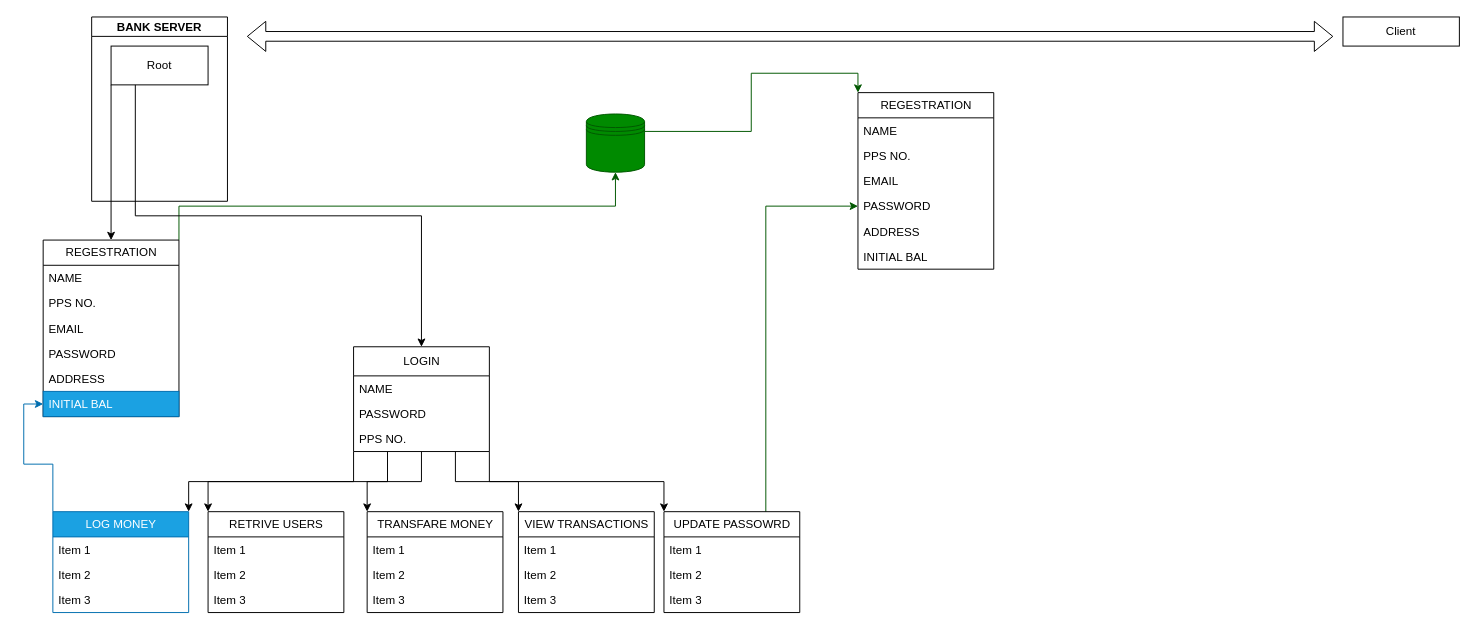
Earlier version of the draw.io diagram OperatingSystems.drawio (AaronCronnelly/BankServer-Client). Source tidied: cells renumbered, new cells numbered last; positions are measured from the earlier drawing's top-left corner, leaving out a move shared by most shapes. Both pictures are drawn from the tidied source at 97%, with x=0, y=0 at pixel (43, 16).
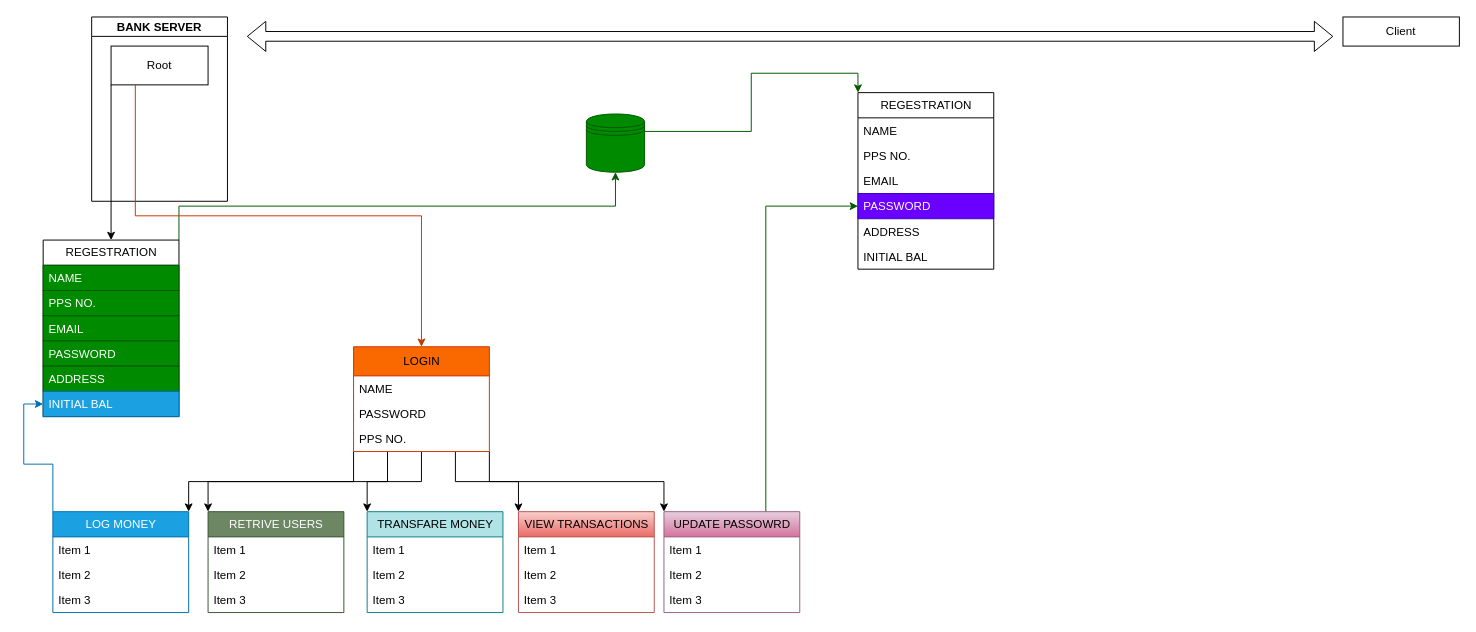
After the change.

Unchanged cells that the change refers to:
```xml
<mxCell id="5" value="&lt;div&gt;REGESTRATION&lt;/div&gt;" style="swimlane;fontStyle=0;horizontal=1;startSize=26;fillColor=none;html=1;" parent="1" vertex="1">
  <mxGeometry y="230" width="140" height="182" as="geometry" />
</mxCell>
<mxCell id="13" value="Root" style="whiteSpace=wrap;html=1;" parent="12" vertex="1">
  <mxGeometry x="20" y="30" width="100" height="40" as="geometry" />
</mxCell>
<mxCell id="49" value="&lt;div&gt;REGESTRATION&lt;/div&gt;" style="swimlane;fontStyle=0;horizontal=1;startSize=26;fillColor=none;html=1;" parent="1" vertex="1">
  <mxGeometry x="840" y="78" width="140" height="182" as="geometry" />
</mxCell>
```

The edit, as a diff of the source:
```diff
@@
-    <mxCell id="6" value="&lt;div&gt;NAME&lt;/div&gt;&lt;div&gt;&lt;br&gt;&lt;/div&gt;&lt;div&gt;&lt;br&gt;&lt;/div&gt;" style="text;strokeColor=none;fillColor=none;align=left;verticalAlign=top;spacingLeft=4;spacingRight=4;overflow=hidden;whiteSpace=wrap;html=1;" parent="5" vertex="1">
+    <mxCell id="6" value="&lt;div&gt;NAME&lt;/div&gt;&lt;div&gt;&lt;br&gt;&lt;/div&gt;&lt;div&gt;&lt;br&gt;&lt;/div&gt;" style="text;strokeColor=#005700;fillColor=#008a00;align=left;verticalAlign=top;spacingLeft=4;spacingRight=4;overflow=hidden;whiteSpace=wrap;html=1;fontColor=#ffffff;" parent="5" vertex="1">
       <mxGeometry y="26" width="140" height="26" as="geometry" />
     </mxCell>
-    <mxCell id="7" value="PPS NO." style="text;strokeColor=none;fillColor=none;align=left;verticalAlign=top;spacingLeft=4;spacingRight=4;overflow=hidden;whiteSpace=wrap;html=1;" parent="5" vertex="1">
+    <mxCell id="7" value="PPS NO." style="text;strokeColor=#005700;fillColor=#008a00;align=left;verticalAlign=top;spacingLeft=4;spacingRight=4;overflow=hidden;whiteSpace=wrap;html=1;fontColor=#ffffff;" parent="5" vertex="1">
       <mxGeometry y="52" width="140" height="26" as="geometry" />
     </mxCell>
-    <mxCell id="8" value="EMAIL" style="text;strokeColor=none;fillColor=none;align=left;verticalAlign=top;spacingLeft=4;spacingRight=4;overflow=hidden;whiteSpace=wrap;html=1;" parent="5" vertex="1">
+    <mxCell id="8" value="EMAIL" style="text;strokeColor=#005700;fillColor=#008a00;align=left;verticalAlign=top;spacingLeft=4;spacingRight=4;overflow=hidden;whiteSpace=wrap;html=1;fontColor=#ffffff;" parent="5" vertex="1">
       <mxGeometry y="78" width="140" height="26" as="geometry" />
     </mxCell>
-    <mxCell id="9" value="PASSWORD" style="text;strokeColor=none;fillColor=none;align=left;verticalAlign=top;spacingLeft=4;spacingRight=4;overflow=hidden;whiteSpace=wrap;html=1;" parent="5" vertex="1">
+    <mxCell id="9" value="PASSWORD" style="text;strokeColor=#005700;fillColor=#008a00;align=left;verticalAlign=top;spacingLeft=4;spacingRight=4;overflow=hidden;whiteSpace=wrap;html=1;fontColor=#ffffff;" parent="5" vertex="1">
       <mxGeometry y="104" width="140" height="26" as="geometry" />
     </mxCell>
-    <mxCell id="10" value="ADDRESS" style="text;strokeColor=none;fillColor=none;align=left;verticalAlign=top;spacingLeft=4;spacingRight=4;overflow=hidden;whiteSpace=wrap;html=1;" parent="5" vertex="1">
+    <mxCell id="10" value="ADDRESS" style="text;strokeColor=#005700;fillColor=#008a00;align=left;verticalAlign=top;spacingLeft=4;spacingRight=4;overflow=hidden;whiteSpace=wrap;html=1;fontColor=#ffffff;" parent="5" vertex="1">
       <mxGeometry y="130" width="140" height="26" as="geometry" />
     </mxCell>
@@
-    <mxCell id="20" value="LOGIN" style="swimlane;fontStyle=0;horizontal=1;startSize=30;fillColor=none;html=1;" parent="1" vertex="1">
+    <mxCell id="20" value="LOGIN" style="swimlane;fontStyle=0;horizontal=1;startSize=30;fillColor=#fa6800;html=1;fontColor=#000000;strokeColor=#C73500;" parent="1" vertex="1">
       <mxGeometry x="320" y="340" width="140" height="108" as="geometry" />
     </mxCell>
@@
-    <mxCell id="24" style="edgeStyle=orthogonalEdgeStyle;rounded=0;jettySize=auto;html=1;exitX=0.25;exitY=1;exitDx=0;exitDy=0;entryX=0.5;entryY=0;entryDx=0;entryDy=0;" parent="1" edge="1" source="13" target="20">
+    <mxCell id="24" style="edgeStyle=orthogonalEdgeStyle;rounded=0;jettySize=auto;html=1;exitX=0.25;exitY=1;exitDx=0;exitDy=0;entryX=0.5;entryY=0;entryDx=0;entryDy=0;fillColor=#fa6800;strokeColor=#C73500;" parent="1" edge="1" source="13" target="20">
       <mxGeometry relative="1" as="geometry" />
     </mxCell>
@@
-    <mxCell id="30" value="&lt;div&gt;RETRIVE USERS&lt;/div&gt;" style="swimlane;fontStyle=0;horizontal=1;startSize=26;fillColor=none;html=1;" parent="1" vertex="1">
+    <mxCell id="30" value="&lt;div&gt;RETRIVE USERS&lt;/div&gt;" style="swimlane;fontStyle=0;horizontal=1;startSize=26;fillColor=#6d8764;html=1;fontColor=#ffffff;strokeColor=#3A5431;" parent="1" vertex="1">
       <mxGeometry x="170" y="510" width="140" height="104" as="geometry" />
     </mxCell>
@@
-    <mxCell id="34" value="&lt;div&gt;TRANSFARE MONEY&lt;/div&gt;" style="swimlane;fontStyle=0;horizontal=1;startSize=26;fillColor=none;html=1;" parent="1" vertex="1">
+    <mxCell id="34" value="&lt;div&gt;TRANSFARE MONEY&lt;/div&gt;" style="swimlane;fontStyle=0;horizontal=1;startSize=26;fillColor=#b0e3e6;html=1;strokeColor=#0e8088;" parent="1" vertex="1">
       <mxGeometry x="334" y="510" width="140" height="104" as="geometry" />
     </mxCell>
@@
-    <mxCell id="38" value="VIEW TRANSACTIONS" style="swimlane;fontStyle=0;horizontal=1;startSize=26;fillColor=none;html=1;" parent="1" vertex="1">
+    <mxCell id="38" value="VIEW TRANSACTIONS" style="swimlane;fontStyle=0;horizontal=1;startSize=26;fillColor=#f8cecc;html=1;gradientColor=#ea6b66;strokeColor=#b85450;" parent="1" vertex="1">
       <mxGeometry x="490" y="510" width="140" height="104" as="geometry" />
     </mxCell>
@@
-    <mxCell id="43" value="UPDATE PASSOWRD" style="swimlane;fontStyle=0;horizontal=1;startSize=26;fillColor=none;html=1;" parent="1" vertex="1">
+    <mxCell id="43" value="UPDATE PASSOWRD" style="swimlane;fontStyle=0;horizontal=1;startSize=26;fillColor=#e6d0de;html=1;gradientColor=#d5739d;strokeColor=#996185;" parent="1" vertex="1">
       <mxGeometry x="640" y="510" width="140" height="104" as="geometry" />
     </mxCell>
@@
-    <mxCell id="53" value="PASSWORD" style="text;strokeColor=none;fillColor=none;align=left;verticalAlign=top;spacingLeft=4;spacingRight=4;overflow=hidden;points=[[0,0.5],[1,0.5]];portConstraint=eastwest;whiteSpace=wrap;html=1;" parent="49" vertex="1">
+    <mxCell id="53" value="PASSWORD" style="text;strokeColor=#3700CC;fillColor=#6a00ff;align=left;verticalAlign=top;spacingLeft=4;spacingRight=4;overflow=hidden;points=[[0,0.5],[1,0.5]];portConstraint=eastwest;whiteSpace=wrap;html=1;fontColor=#ffffff;" parent="49" vertex="1">
       <mxGeometry y="104" width="140" height="26" as="geometry" />
     </mxCell>
```
